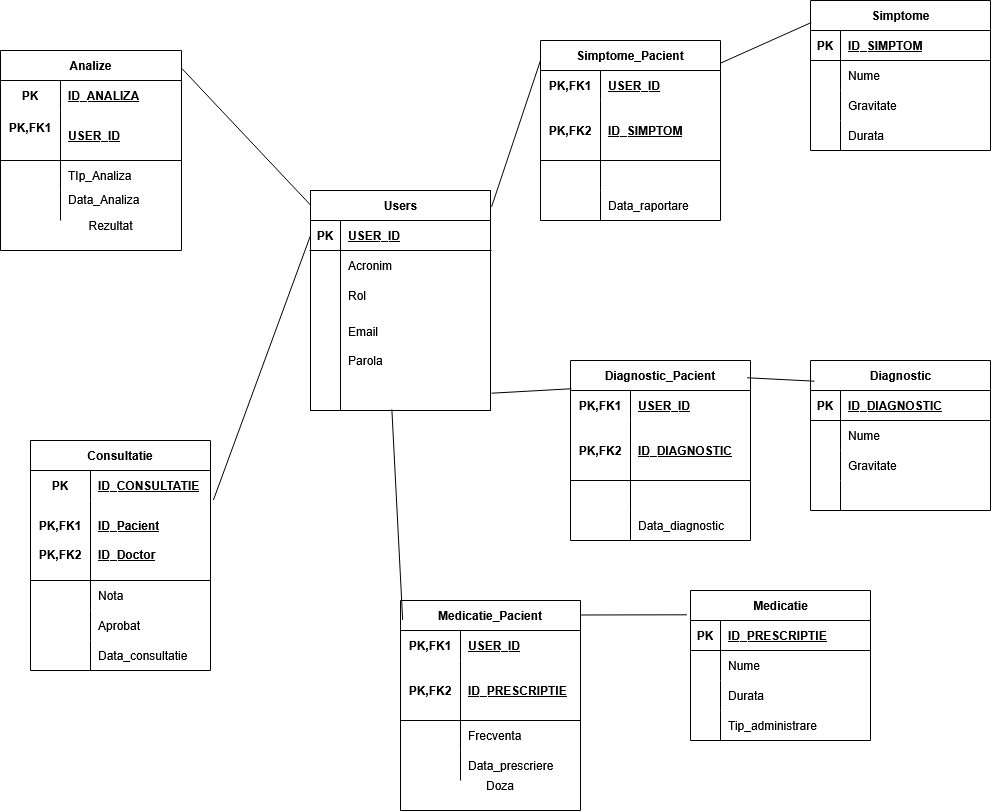
The draw.io diagram MDS_conceptuala.png in Glosperx/MediAI, before a commit. Source tidied: cells renumbered, new cells last; positions are measured from the earlier drawing's top-left corner, leaving out a move shared by most shapes.
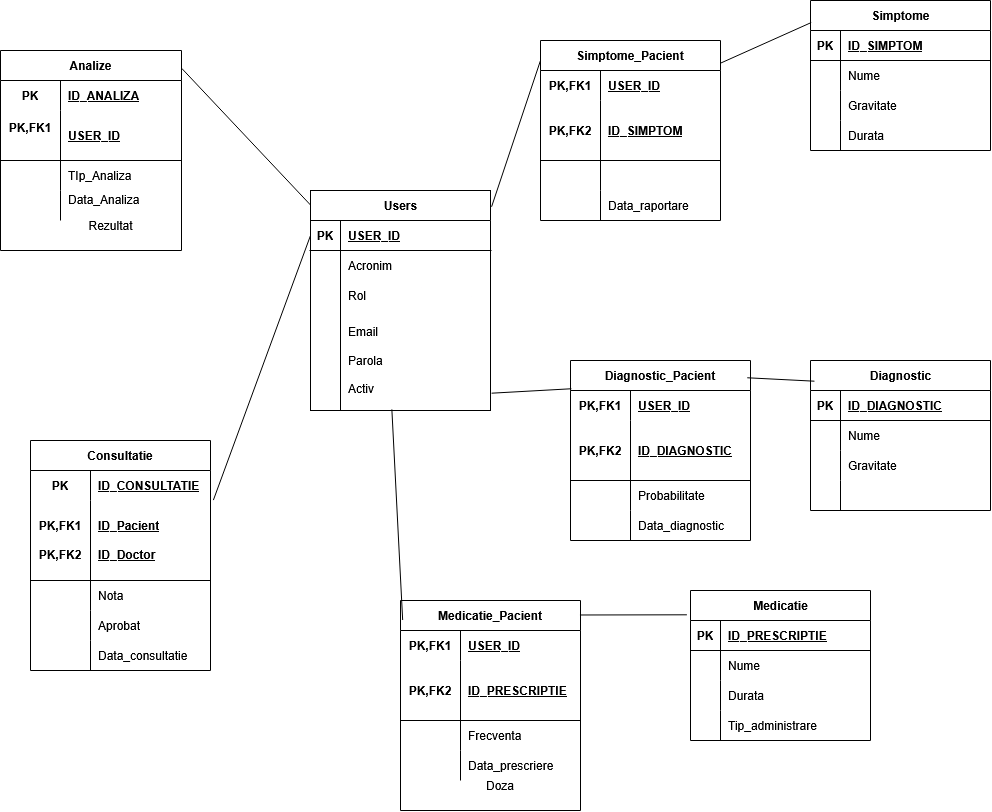
The same file after the commit.

The edit, as a diff of the source:
```diff
@@ -38,7 +38,7 @@
     <mxCell id="13" style="shape=partialRectangle;fillColor=none;top=0;left=0;bottom=0;right=0;overflow=hidden;whiteSpace=wrap;html=1;" parent="12" vertex="1">
       <mxGeometry width="30" height="100" as="geometry" />
     </mxCell>
-    <mxCell id="14" value="&lt;div&gt;Email&lt;/div&gt;&lt;div&gt;&lt;br&gt;&lt;/div&gt;&lt;div&gt;Parola&lt;/div&gt;&lt;div&gt;&lt;br&gt;&lt;/div&gt;&lt;div&gt;&lt;br&gt;&lt;/div&gt;" style="shape=partialRectangle;fillColor=none;top=0;left=0;bottom=0;right=0;align=left;spacingLeft=6;overflow=hidden;whiteSpace=wrap;html=1;" parent="12" vertex="1">
+    <mxCell id="14" value="&lt;div&gt;Email&lt;/div&gt;&lt;div&gt;&lt;br&gt;&lt;/div&gt;&lt;div&gt;Parola&lt;/div&gt;&lt;div&gt;&lt;br&gt;&lt;/div&gt;&lt;div&gt;Activ&lt;/div&gt;" style="shape=partialRectangle;fillColor=none;top=0;left=0;bottom=0;right=0;align=left;spacingLeft=6;overflow=hidden;whiteSpace=wrap;html=1;" parent="12" vertex="1">
       <mxGeometry x="30" width="150" height="100" as="geometry" />
     </mxCell>
     <mxCell id="15" value="Simptome" style="shape=table;startSize=30;rowLines=0;fontStyle=1;align=center;html=1;" parent="1" vertex="1">
@@ -320,7 +320,7 @@
     <mxCell id="107" style="shape=partialRectangle;fillColor=none;top=0;left=0;bottom=0;right=0;overflow=hidden;html=1;whiteSpace=wrap;" parent="106" vertex="1">
       <mxGeometry width="60" height="30" as="geometry" />
     </mxCell>
-    <mxCell id="108" style="shape=partialRectangle;fillColor=none;top=0;left=0;bottom=0;right=0;align=left;spacingLeft=6;overflow=hidden;html=1;whiteSpace=wrap;" parent="106" vertex="1">
+    <mxCell id="108" value="Probabilitate" style="shape=partialRectangle;fillColor=none;top=0;left=0;bottom=0;right=0;align=left;spacingLeft=6;overflow=hidden;html=1;whiteSpace=wrap;" parent="106" vertex="1">
       <mxGeometry x="60" width="120" height="30" as="geometry" />
     </mxCell>
     <mxCell id="109" style="shape=tableRow;horizontal=0;startSize=0;swimlaneHead=0;swimlaneBody=0;fillColor=none;top=0;left=0;right=0;bottom=0;html=1;" parent="99" vertex="1">
```
